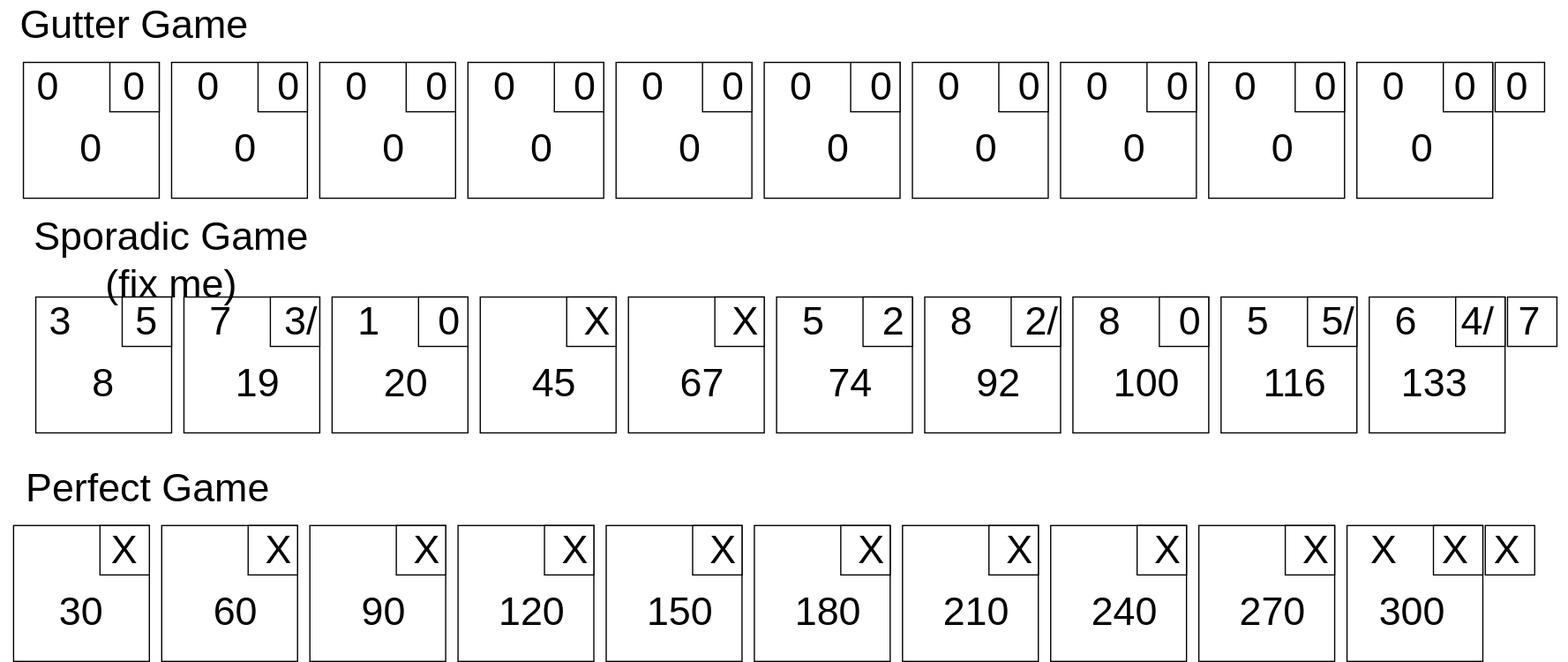
This is Diagrams/simple-model.svg from colegarien/the-thing, a draw.io export, as it was before one commit. Source tidied: cells renumbered, new cells last; positions are measured from the earlier drawing's top-left corner, leaving out a move shared by most shapes.
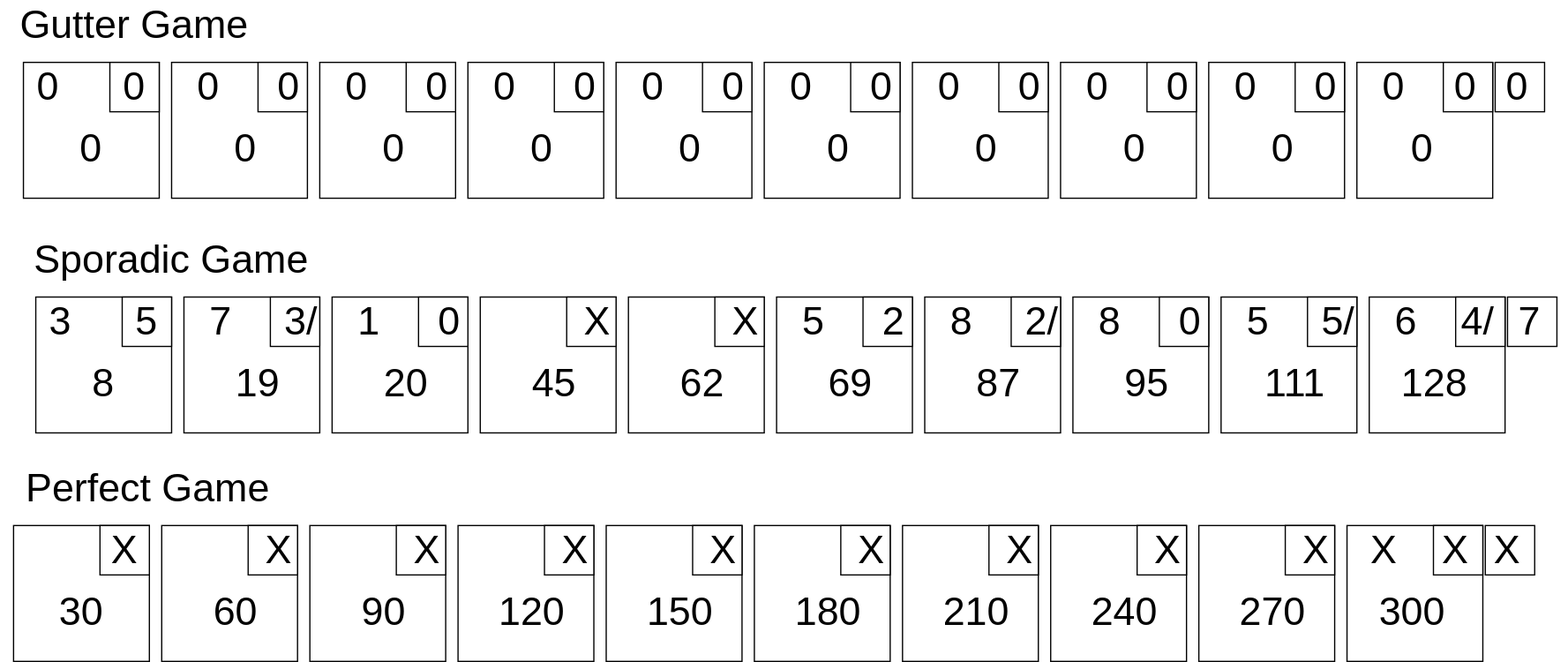
Later version of the same file.

Commit message:
Fixed Sporadic Game simple-model.svg

Change to the diagram source:
```diff
@@ -272,7 +272,7 @@
     <mxCell id="91" value="X" style="text;html=1;strokeColor=none;fillColor=none;align=center;verticalAlign=middle;whiteSpace=wrap;rounded=0;fontSize=32;" parent="88" vertex="1">
       <mxGeometry x="65" width="60" height="40" as="geometry" />
     </mxCell>
-    <mxCell id="92" value="67" style="text;html=1;strokeColor=none;fillColor=none;align=center;verticalAlign=middle;whiteSpace=wrap;rounded=0;fontSize=32;" parent="88" vertex="1">
+    <mxCell id="92" value="62" style="text;html=1;strokeColor=none;fillColor=none;align=center;verticalAlign=middle;whiteSpace=wrap;rounded=0;fontSize=32;" parent="88" vertex="1">
       <mxGeometry x="30" y="50" width="60" height="40" as="geometry" />
     </mxCell>
     <mxCell id="93" style="group;" parent="1" vertex="1">
@@ -287,7 +287,7 @@
     <mxCell id="96" value="2" style="text;html=1;strokeColor=none;fillColor=none;align=center;verticalAlign=middle;whiteSpace=wrap;rounded=0;fontSize=32;" parent="93" vertex="1">
       <mxGeometry x="65" width="60" height="40" as="geometry" />
     </mxCell>
-    <mxCell id="97" value="74" style="text;html=1;strokeColor=none;fillColor=none;align=center;verticalAlign=middle;whiteSpace=wrap;rounded=0;fontSize=32;" parent="93" vertex="1">
+    <mxCell id="97" value="69" style="text;html=1;strokeColor=none;fillColor=none;align=center;verticalAlign=middle;whiteSpace=wrap;rounded=0;fontSize=32;" parent="93" vertex="1">
       <mxGeometry x="30" y="50" width="60" height="40" as="geometry" />
     </mxCell>
     <mxCell id="98" value="5" style="text;html=1;strokeColor=none;fillColor=none;align=center;verticalAlign=middle;whiteSpace=wrap;rounded=0;fontSize=32;" parent="93" vertex="1">
@@ -305,7 +305,7 @@
     <mxCell id="102" value="2/" style="text;html=1;strokeColor=none;fillColor=none;align=center;verticalAlign=middle;whiteSpace=wrap;rounded=0;fontSize=32;" parent="99" vertex="1">
       <mxGeometry x="65" width="60" height="40" as="geometry" />
     </mxCell>
-    <mxCell id="103" value="92" style="text;html=1;strokeColor=none;fillColor=none;align=center;verticalAlign=middle;whiteSpace=wrap;rounded=0;fontSize=32;" parent="99" vertex="1">
+    <mxCell id="103" value="87" style="text;html=1;strokeColor=none;fillColor=none;align=center;verticalAlign=middle;whiteSpace=wrap;rounded=0;fontSize=32;" parent="99" vertex="1">
       <mxGeometry x="30" y="50" width="60" height="40" as="geometry" />
     </mxCell>
     <mxCell id="104" value="8" style="text;html=1;strokeColor=none;fillColor=none;align=center;verticalAlign=middle;whiteSpace=wrap;rounded=0;fontSize=32;" parent="99" vertex="1">
@@ -323,7 +323,7 @@
     <mxCell id="108" value="0" style="text;html=1;strokeColor=none;fillColor=none;align=center;verticalAlign=middle;whiteSpace=wrap;rounded=0;fontSize=32;" parent="105" vertex="1">
       <mxGeometry x="65" width="60" height="40" as="geometry" />
     </mxCell>
-    <mxCell id="109" value="100" style="text;html=1;strokeColor=none;fillColor=none;align=center;verticalAlign=middle;whiteSpace=wrap;rounded=0;fontSize=32;" parent="105" vertex="1">
+    <mxCell id="109" value="95" style="text;html=1;strokeColor=none;fillColor=none;align=center;verticalAlign=middle;whiteSpace=wrap;rounded=0;fontSize=32;" parent="105" vertex="1">
       <mxGeometry x="30" y="50" width="60" height="40" as="geometry" />
     </mxCell>
     <mxCell id="110" value="8" style="text;html=1;strokeColor=none;fillColor=none;align=center;verticalAlign=middle;whiteSpace=wrap;rounded=0;fontSize=32;" parent="105" vertex="1">
@@ -341,7 +341,7 @@
     <mxCell id="114" value="5/" style="text;html=1;strokeColor=none;fillColor=none;align=center;verticalAlign=middle;whiteSpace=wrap;rounded=0;fontSize=32;" parent="111" vertex="1">
       <mxGeometry x="65" width="60" height="40" as="geometry" />
     </mxCell>
-    <mxCell id="115" value="116" style="text;html=1;strokeColor=none;fillColor=none;align=center;verticalAlign=middle;whiteSpace=wrap;rounded=0;fontSize=32;" parent="111" vertex="1">
+    <mxCell id="115" value="111" style="text;html=1;strokeColor=none;fillColor=none;align=center;verticalAlign=middle;whiteSpace=wrap;rounded=0;fontSize=32;" parent="111" vertex="1">
       <mxGeometry x="30" y="50" width="60" height="40" as="geometry" />
     </mxCell>
     <mxCell id="116" value="5" style="text;html=1;strokeColor=none;fillColor=none;align=center;verticalAlign=middle;whiteSpace=wrap;rounded=0;fontSize=32;" parent="111" vertex="1">
@@ -359,7 +359,7 @@
     <mxCell id="120" value="4/" style="text;html=1;strokeColor=none;fillColor=none;align=center;verticalAlign=middle;whiteSpace=wrap;rounded=0;fontSize=32;" parent="117" vertex="1">
       <mxGeometry x="58" width="60" height="40" as="geometry" />
     </mxCell>
-    <mxCell id="121" value="133" style="text;html=1;strokeColor=none;fillColor=none;align=center;verticalAlign=middle;whiteSpace=wrap;rounded=0;fontSize=32;" parent="117" vertex="1">
+    <mxCell id="121" value="128" style="text;html=1;strokeColor=none;fillColor=none;align=center;verticalAlign=middle;whiteSpace=wrap;rounded=0;fontSize=32;" parent="117" vertex="1">
       <mxGeometry x="23" y="50" width="60" height="40" as="geometry" />
     </mxCell>
     <mxCell id="122" value="6" style="text;html=1;strokeColor=none;fillColor=none;align=center;verticalAlign=middle;whiteSpace=wrap;rounded=0;fontSize=32;" parent="117" vertex="1">
@@ -371,7 +371,7 @@
     <mxCell id="124" value="7" style="text;html=1;strokeColor=none;fillColor=none;align=center;verticalAlign=middle;whiteSpace=wrap;rounded=0;fontSize=32;" parent="1" vertex="1">
       <mxGeometry x="1208" y="240" width="60" height="40" as="geometry" />
     </mxCell>
-    <mxCell id="125" value="Sporadic Game (fix me)" style="text;html=1;strokeColor=none;fillColor=none;align=center;verticalAlign=middle;whiteSpace=wrap;rounded=0;fontSize=32;" parent="1" vertex="1">
+    <mxCell id="125" value="Sporadic Game" style="text;html=1;strokeColor=none;fillColor=none;align=center;verticalAlign=middle;whiteSpace=wrap;rounded=0;fontSize=32;" parent="1" vertex="1">
       <mxGeometry x="18" y="190" width="240" height="40" as="geometry" />
     </mxCell>
     <mxCell id="126" style="group;" parent="1" vertex="1">
```
